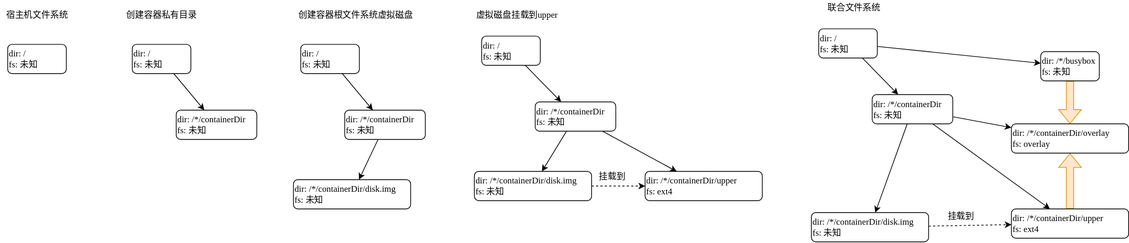
Before: pocker/pocker-mount-root.svg, a diagram exported from draw.io (fightinggg/drawio-data). Source tidied: cells renumbered, new cells last; positions are measured from the earlier drawing's top-left corner, leaving out a move shared by most shapes. Source of this version:
```xml
<mxGraphModel>
  <root>
    <mxCell id="0" />
    <mxCell id="1" parent="0" />
    <mxCell id="2" value="宿主机文件系统" style="text;html=1;align=center;verticalAlign=middle;strokeColor=none;fontFamily=Times New Roman;fontSize=12;" parent="1" vertex="1">
      <mxGeometry y="10" width="100" height="20" as="geometry" />
    </mxCell>
    <mxCell id="3" value="创建容器私有目录" style="text;html=1;align=center;verticalAlign=middle;strokeColor=none;fontFamily=Times New Roman;fontSize=12;" parent="1" vertex="1">
      <mxGeometry x="165" y="10" width="110" height="20" as="geometry" />
    </mxCell>
    <mxCell id="4" value="创建容器根文件系统虚拟磁盘" style="text;html=1;align=center;verticalAlign=middle;strokeColor=none;fontFamily=Times New Roman;fontSize=12;" parent="1" vertex="1">
      <mxGeometry x="400" y="10" width="170" height="20" as="geometry" />
    </mxCell>
    <mxCell id="5" value="虚拟磁盘挂载到upper" style="text;html=1;align=center;verticalAlign=middle;strokeColor=none;fontFamily=Times New Roman;fontSize=12;" parent="1" vertex="1">
      <mxGeometry x="640" y="10" width="130" height="20" as="geometry" />
    </mxCell>
    <mxCell id="6" style="edgeStyle=none;rounded=0;jettySize=auto;html=1;fontFamily=Times New Roman;fontSize=12;fontColor=#000000;" parent="1" edge="1" source="21" target="23">
      <mxGeometry relative="1" as="geometry" />
    </mxCell>
    <mxCell id="7" style="edgeStyle=none;rounded=0;jettySize=auto;html=1;fontFamily=Times New Roman;fontSize=12;fontColor=#000000;dashed=1;" parent="1" edge="1" source="22" target="23">
      <mxGeometry relative="1" as="geometry" />
    </mxCell>
    <mxCell id="8" value="挂载到" style="edgeLabel;html=1;align=center;verticalAlign=middle;fontSize=12;fontFamily=Times New Roman;fontColor=#000000;" parent="7" vertex="1">
      <mxGeometry x="-0.24" relative="1" as="geometry">
        <mxPoint y="-13" as="offset" />
      </mxGeometry>
    </mxCell>
    <mxCell id="9" value="dir: /&lt;br&gt;fs: 未知" style="rounded=1;whiteSpace=wrap;html=1;labelBackgroundColor=none;fontFamily=Times New Roman;fontSize=12;fontColor=#000000;align=left;" parent="1" vertex="1">
      <mxGeometry x="10" y="60" width="80" height="40" as="geometry" />
    </mxCell>
    <mxCell id="10" style="edgeStyle=none;rounded=0;jettySize=auto;html=1;fontFamily=Times New Roman;fontSize=12;fontColor=#000000;" parent="1" edge="1" source="11" target="12">
      <mxGeometry relative="1" as="geometry" />
    </mxCell>
    <mxCell id="11" value="dir: /&lt;br&gt;fs: 未知" style="rounded=1;whiteSpace=wrap;html=1;labelBackgroundColor=none;fontFamily=Times New Roman;fontSize=12;fontColor=#000000;align=left;" parent="1" vertex="1">
      <mxGeometry x="180" y="60" width="80" height="40" as="geometry" />
    </mxCell>
    <mxCell id="12" value="dir:&amp;nbsp;&lt;span style=&quot;text-align: center&quot;&gt;/*/containerDir&lt;/span&gt;&lt;br&gt;fs: 未知" style="rounded=1;whiteSpace=wrap;html=1;labelBackgroundColor=none;fontFamily=Times New Roman;fontSize=12;fontColor=#000000;align=left;" parent="1" vertex="1">
      <mxGeometry x="240" y="150" width="110" height="40" as="geometry" />
    </mxCell>
    <mxCell id="13" style="edgeStyle=none;rounded=0;jettySize=auto;html=1;fontFamily=Times New Roman;fontSize=12;fontColor=#000000;" parent="1" edge="1" source="14" target="16">
      <mxGeometry relative="1" as="geometry" />
    </mxCell>
    <mxCell id="14" value="dir: /&lt;br&gt;fs: 未知" style="rounded=1;whiteSpace=wrap;html=1;labelBackgroundColor=none;fontFamily=Times New Roman;fontSize=12;fontColor=#000000;align=left;" parent="1" vertex="1">
      <mxGeometry x="410" y="60" width="80" height="40" as="geometry" />
    </mxCell>
    <mxCell id="15" style="edgeStyle=none;rounded=0;jettySize=auto;html=1;fontFamily=Times New Roman;fontSize=12;fontColor=#000000;" parent="1" edge="1" source="16" target="17">
      <mxGeometry relative="1" as="geometry" />
    </mxCell>
    <mxCell id="16" value="dir:&amp;nbsp;&lt;span style=&quot;text-align: center&quot;&gt;/*/containerDir&lt;/span&gt;&lt;br&gt;fs: 未知" style="rounded=1;whiteSpace=wrap;html=1;labelBackgroundColor=none;fontFamily=Times New Roman;fontSize=12;fontColor=#000000;align=left;" parent="1" vertex="1">
      <mxGeometry x="470" y="150" width="110" height="40" as="geometry" />
    </mxCell>
    <mxCell id="17" value="dir:&amp;nbsp;&lt;span style=&quot;text-align: center&quot;&gt;/*/containerDir/&lt;/span&gt;disk.img&lt;br&gt;fs: 未知" style="rounded=1;whiteSpace=wrap;html=1;labelBackgroundColor=none;fontFamily=Times New Roman;fontSize=12;fontColor=#000000;align=left;" parent="1" vertex="1">
      <mxGeometry x="400" y="245" width="160" height="40" as="geometry" />
    </mxCell>
    <mxCell id="18" style="edgeStyle=none;rounded=0;jettySize=auto;html=1;fontFamily=Times New Roman;fontSize=12;fontColor=#000000;" parent="1" edge="1" source="19" target="21">
      <mxGeometry relative="1" as="geometry" />
    </mxCell>
    <mxCell id="19" value="dir: /&lt;br&gt;fs: 未知" style="rounded=1;whiteSpace=wrap;html=1;labelBackgroundColor=none;fontFamily=Times New Roman;fontSize=12;fontColor=#000000;align=left;" parent="1" vertex="1">
      <mxGeometry x="657" y="48.8" width="80" height="40" as="geometry" />
    </mxCell>
    <mxCell id="20" style="edgeStyle=none;rounded=0;jettySize=auto;html=1;fontFamily=Times New Roman;fontSize=12;fontColor=#000000;" parent="1" edge="1" source="21" target="22">
      <mxGeometry relative="1" as="geometry" />
    </mxCell>
    <mxCell id="21" value="dir:&amp;nbsp;&lt;span style=&quot;text-align: center&quot;&gt;/*/containerDir&lt;/span&gt;&lt;br&gt;fs: 未知" style="rounded=1;whiteSpace=wrap;html=1;labelBackgroundColor=none;fontFamily=Times New Roman;fontSize=12;fontColor=#000000;align=left;" parent="1" vertex="1">
      <mxGeometry x="730" y="138.8" width="110" height="40" as="geometry" />
    </mxCell>
    <mxCell id="22" value="dir:&amp;nbsp;&lt;span style=&quot;text-align: center&quot;&gt;/*/containerDir/&lt;/span&gt;disk.img&lt;br&gt;fs: 未知" style="rounded=1;whiteSpace=wrap;html=1;labelBackgroundColor=none;fontFamily=Times New Roman;fontSize=12;fontColor=#000000;align=left;" parent="1" vertex="1">
      <mxGeometry x="647" y="233.8" width="160" height="40" as="geometry" />
    </mxCell>
    <mxCell id="23" value="dir:&amp;nbsp;&lt;span style=&quot;text-align: center&quot;&gt;/*/containerDir/upper&lt;/span&gt;&lt;br&gt;fs: ext4" style="rounded=1;whiteSpace=wrap;html=1;labelBackgroundColor=none;fontFamily=Times New Roman;fontSize=12;fontColor=#000000;align=left;" parent="1" vertex="1">
      <mxGeometry x="880" y="233.8" width="160" height="40" as="geometry" />
    </mxCell>
    <mxCell id="24" value="联合文件系统" style="text;html=1;align=center;verticalAlign=middle;strokeColor=none;fontFamily=Times New Roman;fontSize=12;" parent="1" vertex="1">
      <mxGeometry x="1120" width="90" height="20" as="geometry" />
    </mxCell>
    <mxCell id="25" style="edgeStyle=none;rounded=0;jettySize=auto;html=1;fontFamily=Times New Roman;fontSize=12;fontColor=#000000;" parent="1" edge="1" source="33" target="36">
      <mxGeometry relative="1" as="geometry" />
    </mxCell>
    <mxCell id="26" style="edgeStyle=none;rounded=0;jettySize=auto;html=1;fontFamily=Times New Roman;fontSize=12;fontColor=#000000;dashed=1;" parent="1" edge="1" source="34" target="36">
      <mxGeometry relative="1" as="geometry" />
    </mxCell>
    <mxCell id="27" value="挂载到" style="edgeLabel;html=1;align=center;verticalAlign=middle;fontSize=12;fontFamily=Times New Roman;fontColor=#000000;" parent="26" vertex="1">
      <mxGeometry x="-0.24" relative="1" as="geometry">
        <mxPoint y="-13" as="offset" />
      </mxGeometry>
    </mxCell>
    <mxCell id="28" style="edgeStyle=none;rounded=0;jettySize=auto;html=1;fontFamily=Times New Roman;fontSize=12;fontColor=#000000;" parent="1" edge="1" source="30" target="33">
      <mxGeometry relative="1" as="geometry" />
    </mxCell>
    <mxCell id="29" style="edgeStyle=none;rounded=0;jettySize=auto;html=1;fontFamily=Times New Roman;fontSize=12;fontColor=#000000;" parent="1" edge="1" source="30" target="38">
      <mxGeometry relative="1" as="geometry" />
    </mxCell>
    <mxCell id="30" value="dir: /&lt;br&gt;fs: 未知" style="rounded=1;whiteSpace=wrap;html=1;labelBackgroundColor=none;fontFamily=Times New Roman;fontSize=12;fontColor=#000000;align=left;" parent="1" vertex="1">
      <mxGeometry x="1117" y="38.8" width="80" height="40" as="geometry" />
    </mxCell>
    <mxCell id="31" style="edgeStyle=none;rounded=0;jettySize=auto;html=1;fontFamily=Times New Roman;fontSize=12;fontColor=#000000;" parent="1" edge="1" source="33" target="34">
      <mxGeometry relative="1" as="geometry" />
    </mxCell>
    <mxCell id="32" style="edgeStyle=none;rounded=0;jettySize=auto;html=1;fontFamily=Times New Roman;fontSize=12;fontColor=#000000;" parent="1" edge="1" source="33" target="39">
      <mxGeometry relative="1" as="geometry" />
    </mxCell>
    <mxCell id="33" value="dir:&amp;nbsp;&lt;span style=&quot;text-align: center&quot;&gt;/*/containerDir&lt;/span&gt;&lt;br&gt;fs: 未知" style="rounded=1;whiteSpace=wrap;html=1;labelBackgroundColor=none;fontFamily=Times New Roman;fontSize=12;fontColor=#000000;align=left;" parent="1" vertex="1">
      <mxGeometry x="1190" y="128.8" width="110" height="40" as="geometry" />
    </mxCell>
    <mxCell id="34" value="dir:&amp;nbsp;&lt;span style=&quot;text-align: center&quot;&gt;/*/containerDir/&lt;/span&gt;disk.img&lt;br&gt;fs: 未知" style="rounded=1;whiteSpace=wrap;html=1;labelBackgroundColor=none;fontFamily=Times New Roman;fontSize=12;fontColor=#000000;align=left;" parent="1" vertex="1">
      <mxGeometry x="1107" y="290" width="160" height="40" as="geometry" />
    </mxCell>
    <mxCell id="35" style="edgeStyle=none;rounded=0;jettySize=auto;html=1;fontFamily=Times New Roman;fontSize=12;fontColor=#000000;shape=flexArrow;fillColor=#ffe6cc;strokeColor=#d79b00;" parent="1" edge="1" source="36" target="39">
      <mxGeometry relative="1" as="geometry" />
    </mxCell>
    <mxCell id="36" value="dir:&amp;nbsp;&lt;span style=&quot;text-align: center&quot;&gt;/*/containerDir/upper&lt;/span&gt;&lt;br&gt;fs: ext4" style="rounded=1;whiteSpace=wrap;html=1;labelBackgroundColor=none;fontFamily=Times New Roman;fontSize=12;fontColor=#000000;align=left;" parent="1" vertex="1">
      <mxGeometry x="1380" y="285" width="160" height="40" as="geometry" />
    </mxCell>
    <mxCell id="37" style="edgeStyle=none;rounded=0;jettySize=auto;html=1;fontFamily=Times New Roman;fontSize=12;fontColor=#000000;fillColor=#ffe6cc;strokeColor=#d79b00;shape=flexArrow;" parent="1" edge="1" source="38" target="39">
      <mxGeometry relative="1" as="geometry" />
    </mxCell>
    <mxCell id="38" value="dir: /*/busybox&lt;br&gt;fs: 未知" style="rounded=1;whiteSpace=wrap;html=1;labelBackgroundColor=none;fontFamily=Times New Roman;fontSize=12;fontColor=#000000;align=left;" parent="1" vertex="1">
      <mxGeometry x="1420" y="70" width="80" height="40" as="geometry" />
    </mxCell>
    <mxCell id="39" value="&lt;div style=&quot;text-align: center&quot;&gt;&lt;span&gt;dir:&amp;nbsp;&lt;/span&gt;&lt;span style=&quot;text-align: center&quot;&gt;/*/containerDir/&lt;/span&gt;&lt;span style=&quot;font-size: 12px&quot;&gt;overlay&lt;/span&gt;&lt;/div&gt;fs: overlay" style="rounded=1;whiteSpace=wrap;html=1;labelBackgroundColor=none;fontFamily=Times New Roman;fontSize=12;fontColor=#000000;align=left;" parent="1" vertex="1">
      <mxGeometry x="1380" y="168.8" width="160" height="40" as="geometry" />
    </mxCell>
  </root>
</mxGraphModel>
```
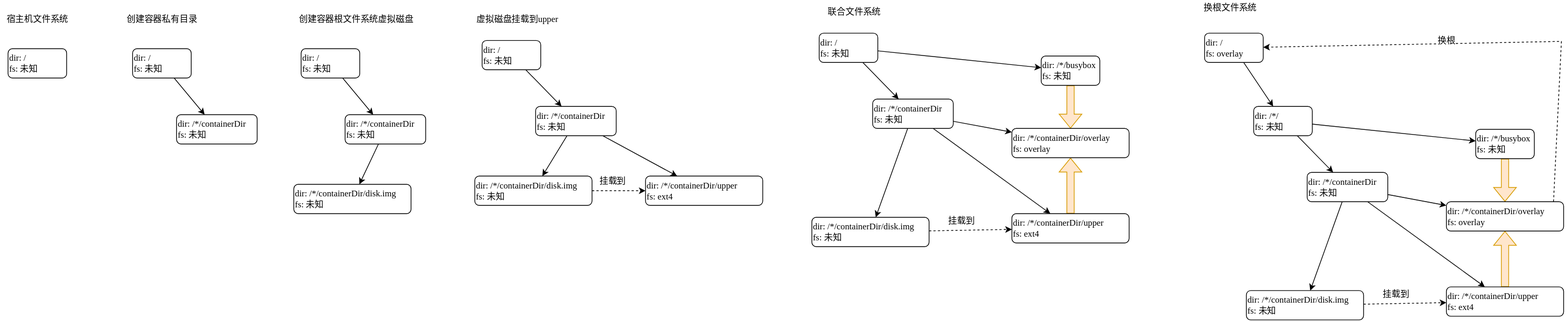
Later version of the same file.

What changed in the source:
```diff
@@ -120,5 +120,73 @@
     <mxCell id="39" value="&lt;div style=&quot;text-align: center&quot;&gt;&lt;span&gt;dir:&amp;nbsp;&lt;/span&gt;&lt;span style=&quot;text-align: center&quot;&gt;/*/containerDir/&lt;/span&gt;&lt;span style=&quot;font-size: 12px&quot;&gt;overlay&lt;/span&gt;&lt;/div&gt;fs: overlay" style="rounded=1;whiteSpace=wrap;html=1;labelBackgroundColor=none;fontFamily=Times New Roman;fontSize=12;fontColor=#000000;align=left;" parent="1" vertex="1">
       <mxGeometry x="1380" y="168.8" width="160" height="40" as="geometry" />
     </mxCell>
+    <mxCell id="40" value="换根文件系统" style="text;html=1;align=center;verticalAlign=middle;strokeColor=none;fontFamily=Times New Roman;fontSize=12;" parent="1" vertex="1">
+      <mxGeometry x="1633" y="-6.2" width="90" height="20" as="geometry" />
+    </mxCell>
+    <mxCell id="41" style="edgeStyle=none;rounded=0;jettySize=auto;html=1;fontFamily=Times New Roman;fontSize=12;fontColor=#000000;" parent="1" edge="1" source="49" target="52">
+      <mxGeometry relative="1" as="geometry" />
+    </mxCell>
+    <mxCell id="42" style="edgeStyle=none;rounded=0;jettySize=auto;html=1;fontFamily=Times New Roman;fontSize=12;fontColor=#000000;dashed=1;" parent="1" edge="1" source="50" target="52">
+      <mxGeometry relative="1" as="geometry" />
+    </mxCell>
+    <mxCell id="43" value="挂载到" style="edgeLabel;html=1;align=center;verticalAlign=middle;fontSize=12;fontFamily=Times New Roman;fontColor=#000000;" parent="42" vertex="1">
+      <mxGeometry x="-0.24" relative="1" as="geometry">
+        <mxPoint y="-13" as="offset" />
+      </mxGeometry>
+    </mxCell>
+    <mxCell id="44" style="edgeStyle=none;rounded=0;jettySize=auto;html=1;fontFamily=Times New Roman;fontSize=12;fontColor=#000000;" parent="1" edge="1" source="46" target="49">
+      <mxGeometry relative="1" as="geometry" />
+    </mxCell>
+    <mxCell id="45" style="edgeStyle=none;rounded=0;jettySize=auto;html=1;fontFamily=Times New Roman;fontSize=12;fontColor=#000000;" parent="1" edge="1" source="46" target="54">
+      <mxGeometry relative="1" as="geometry" />
+    </mxCell>
+    <mxCell id="46" value="dir: /*/&lt;br&gt;fs: 未知" style="rounded=1;whiteSpace=wrap;html=1;labelBackgroundColor=none;fontFamily=Times New Roman;fontSize=12;fontColor=#000000;align=left;" parent="1" vertex="1">
+      <mxGeometry x="1710" y="138.8" width="80" height="40" as="geometry" />
+    </mxCell>
+    <mxCell id="47" style="edgeStyle=none;rounded=0;jettySize=auto;html=1;fontFamily=Times New Roman;fontSize=12;fontColor=#000000;" parent="1" edge="1" source="49" target="50">
+      <mxGeometry relative="1" as="geometry" />
+    </mxCell>
+    <mxCell id="48" style="edgeStyle=none;rounded=0;jettySize=auto;html=1;fontFamily=Times New Roman;fontSize=12;fontColor=#000000;" parent="1" edge="1" source="49" target="57">
+      <mxGeometry relative="1" as="geometry" />
+    </mxCell>
+    <mxCell id="49" value="dir:&amp;nbsp;&lt;span style=&quot;text-align: center&quot;&gt;/*/containerDir&lt;/span&gt;&lt;br&gt;fs: 未知" style="rounded=1;whiteSpace=wrap;html=1;labelBackgroundColor=none;fontFamily=Times New Roman;fontSize=12;fontColor=#000000;align=left;" parent="1" vertex="1">
+      <mxGeometry x="1783" y="228.8" width="110" height="40" as="geometry" />
+    </mxCell>
+    <mxCell id="50" value="dir:&amp;nbsp;&lt;span style=&quot;text-align: center&quot;&gt;/*/containerDir/&lt;/span&gt;disk.img&lt;br&gt;fs: 未知" style="rounded=1;whiteSpace=wrap;html=1;labelBackgroundColor=none;fontFamily=Times New Roman;fontSize=12;fontColor=#000000;align=left;" parent="1" vertex="1">
+      <mxGeometry x="1700" y="390" width="160" height="40" as="geometry" />
+    </mxCell>
+    <mxCell id="51" style="edgeStyle=none;rounded=0;jettySize=auto;html=1;fontFamily=Times New Roman;fontSize=12;fontColor=#000000;shape=flexArrow;fillColor=#ffe6cc;strokeColor=#d79b00;" parent="1" edge="1" source="52" target="57">
+      <mxGeometry relative="1" as="geometry" />
+    </mxCell>
+    <mxCell id="52" value="dir:&amp;nbsp;&lt;span style=&quot;text-align: center&quot;&gt;/*/containerDir/upper&lt;/span&gt;&lt;br&gt;fs: ext4" style="rounded=1;whiteSpace=wrap;html=1;labelBackgroundColor=none;fontFamily=Times New Roman;fontSize=12;fontColor=#000000;align=left;" parent="1" vertex="1">
+      <mxGeometry x="1973" y="385" width="160" height="40" as="geometry" />
+    </mxCell>
+    <mxCell id="53" style="edgeStyle=none;rounded=0;jettySize=auto;html=1;fontFamily=Times New Roman;fontSize=12;fontColor=#000000;fillColor=#ffe6cc;strokeColor=#d79b00;shape=flexArrow;" parent="1" edge="1" source="54" target="57">
+      <mxGeometry relative="1" as="geometry" />
+    </mxCell>
+    <mxCell id="54" value="dir: /*/busybox&lt;br&gt;fs: 未知" style="rounded=1;whiteSpace=wrap;html=1;labelBackgroundColor=none;fontFamily=Times New Roman;fontSize=12;fontColor=#000000;align=left;" parent="1" vertex="1">
+      <mxGeometry x="2013" y="170" width="80" height="40" as="geometry" />
+    </mxCell>
+    <mxCell id="55" style="edgeStyle=none;rounded=0;jettySize=auto;html=1;fontFamily=Times New Roman;fontSize=12;fontColor=#000000;exitX=0.914;exitY=-0.004;exitDx=0;exitDy=0;exitPerimeter=0;dashed=1;" parent="1" edge="1" source="57" target="59">
+      <mxGeometry relative="1" as="geometry">
+        <Array as="points">
+          <mxPoint x="2130" y="50" />
+        </Array>
+      </mxGeometry>
+    </mxCell>
+    <mxCell id="56" value="换根" style="edgeLabel;html=1;align=center;verticalAlign=middle;fontSize=12;fontFamily=Times New Roman;fontColor=#000000;" parent="55" vertex="1">
+      <mxGeometry x="0.2" relative="1" as="geometry">
+        <mxPoint x="-1" y="-4" as="offset" />
+      </mxGeometry>
+    </mxCell>
+    <mxCell id="57" value="&lt;div style=&quot;text-align: center&quot;&gt;&lt;span&gt;dir:&amp;nbsp;&lt;/span&gt;&lt;span style=&quot;text-align: center&quot;&gt;/*/containerDir/&lt;/span&gt;&lt;span style=&quot;font-size: 12px&quot;&gt;overlay&lt;/span&gt;&lt;/div&gt;fs: overlay" style="rounded=1;whiteSpace=wrap;html=1;labelBackgroundColor=none;fontFamily=Times New Roman;fontSize=12;fontColor=#000000;align=left;" parent="1" vertex="1">
+      <mxGeometry x="1973" y="268.8" width="160" height="40" as="geometry" />
+    </mxCell>
+    <mxCell id="58" style="edgeStyle=none;rounded=0;jettySize=auto;html=1;fontFamily=Times New Roman;fontSize=12;fontColor=#000000;" parent="1" edge="1" source="59" target="46">
+      <mxGeometry relative="1" as="geometry" />
+    </mxCell>
+    <mxCell id="59" value="dir: /&lt;br&gt;fs: overlay" style="rounded=1;whiteSpace=wrap;html=1;labelBackgroundColor=none;fontFamily=Times New Roman;fontSize=12;fontColor=#000000;align=left;" parent="1" vertex="1">
+      <mxGeometry x="1643" y="38.8" width="80" height="40" as="geometry" />
+    </mxCell>
   </root>
 </mxGraphModel>
```
